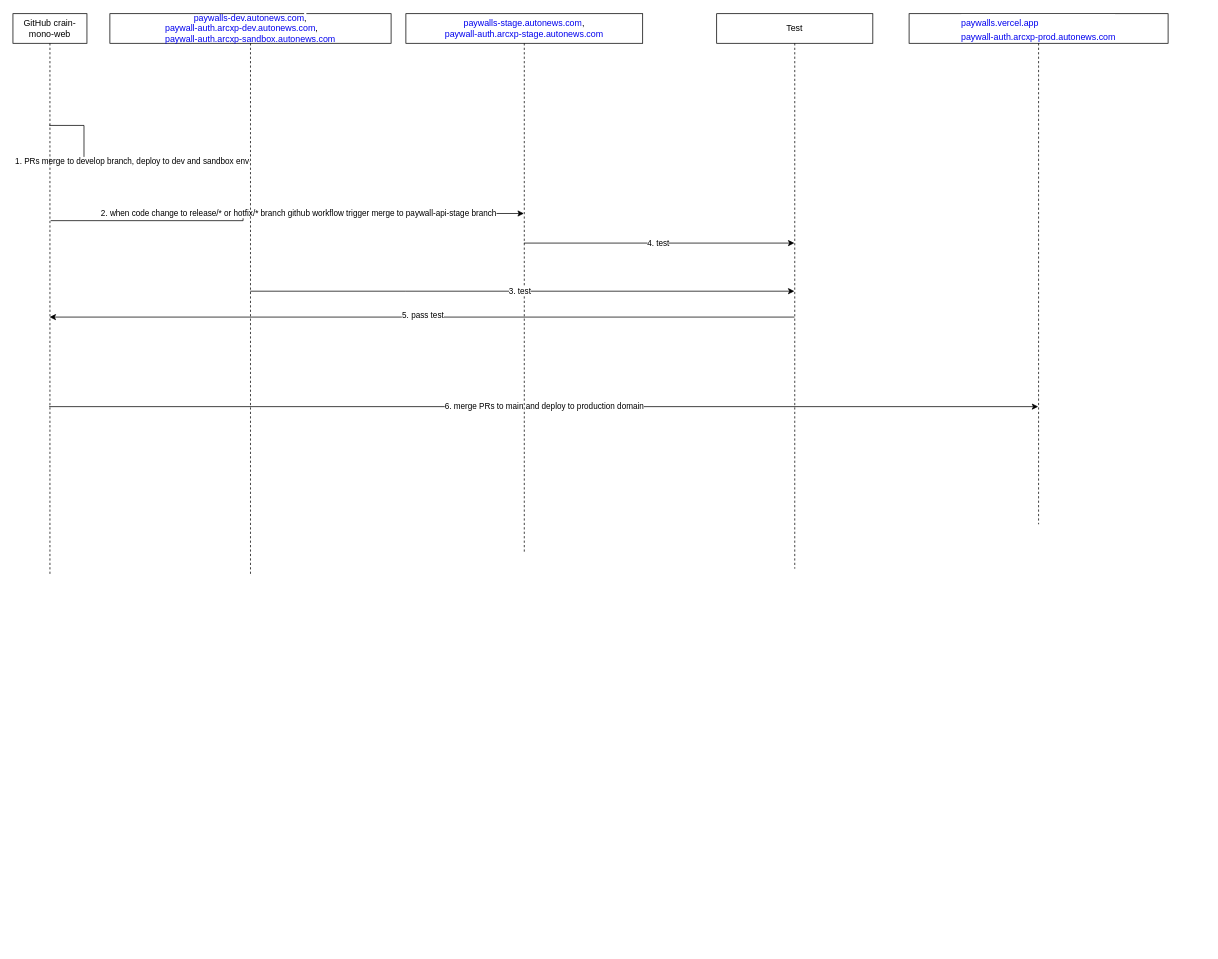
Earlier version of the draw.io diagram paywall-env.drawio (Cecilina/drawio). Source tidied: cells renumbered, new cells numbered last; positions are measured from the earlier drawing's top-left corner, leaving out a move shared by most shapes. Both pictures are drawn from the tidied source at 74%, with x=0, y=0 at pixel (13, 13).
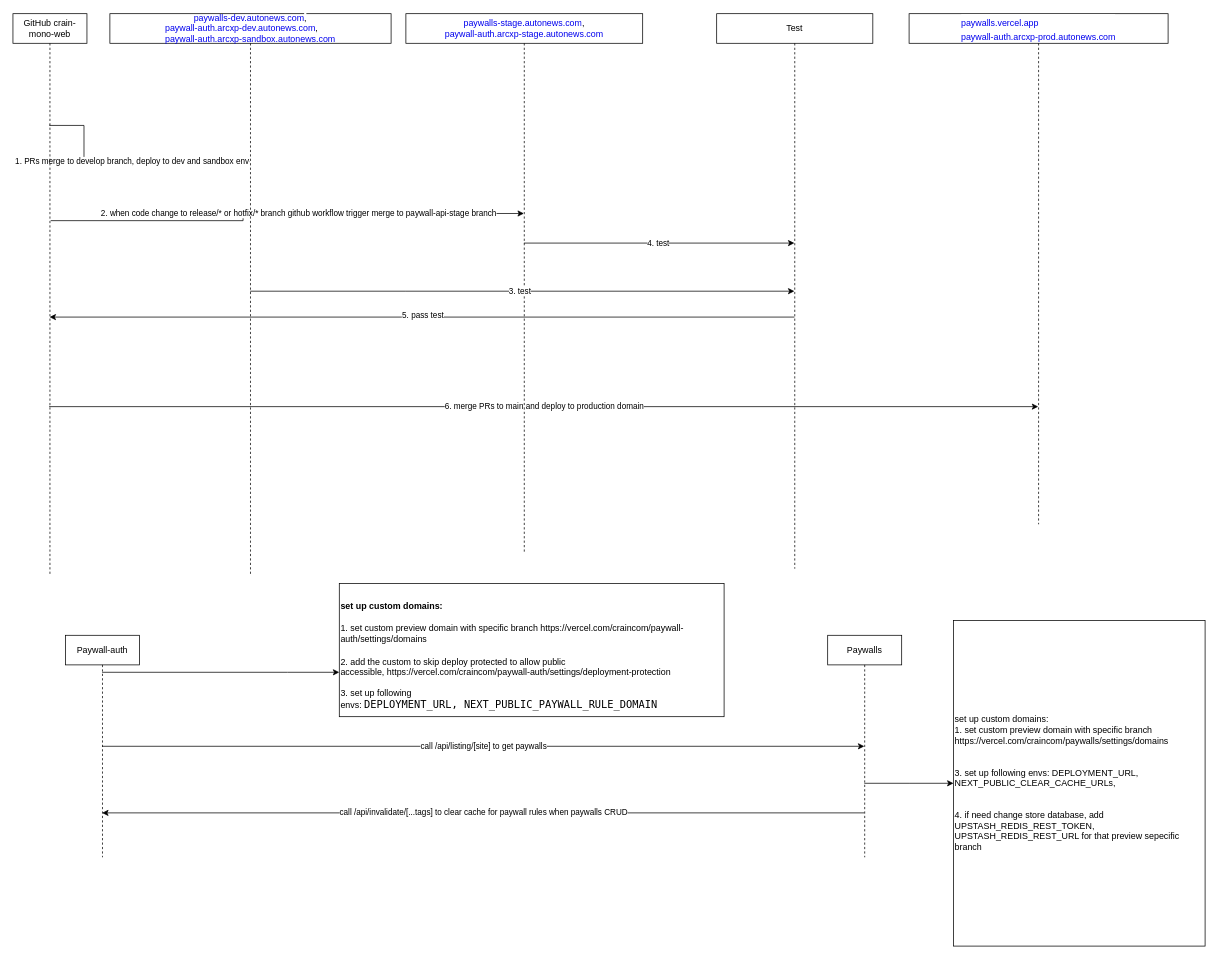
Above is the later version.

What changed in the source:
```diff
@@
+    <mxCell id="17" value="call /api/listing/[site] to get paywalls" style="edgeStyle=orthogonalEdgeStyle;rounded=0;jettySize=auto;html=1;curved=0;" parent="1" edge="1" source="19" target="22">
+      <mxGeometry relative="1" as="geometry" />
+    </mxCell>
+    <mxCell id="18" style="edgeStyle=orthogonalEdgeStyle;rounded=0;jettySize=auto;html=1;curved=0;" parent="1" edge="1" source="19" target="23">
+      <mxGeometry relative="1" as="geometry">
+        <Array as="points">
+          <mxPoint x="371" y="890" />
+          <mxPoint x="371" y="890" />
+        </Array>
+      </mxGeometry>
+    </mxCell>
+    <mxCell id="19" value="Paywall-auth" style="shape=umlLifeline;perimeter=lifelinePerimeter;whiteSpace=wrap;html=1;outlineConnect=0;portConstraint=eastwest;newEdgeStyle={&quot;curved&quot;:0,&quot;rounded&quot;:0};" parent="1" vertex="1">
+      <mxGeometry x="71" y="840" width="100" height="300" as="geometry" />
+    </mxCell>
+    <mxCell id="20" value="call /api/invalidate/[...tags] to clear cache for paywall rules when paywalls CRUD" style="edgeStyle=orthogonalEdgeStyle;rounded=0;jettySize=auto;html=1;curved=0;" parent="1" edge="1" source="22" target="19">
+      <mxGeometry relative="1" as="geometry">
+        <Array as="points">
+          <mxPoint x="621" y="1080" />
+          <mxPoint x="621" y="1080" />
+        </Array>
+      </mxGeometry>
+    </mxCell>
+    <mxCell id="21" style="edgeStyle=orthogonalEdgeStyle;rounded=0;jettySize=auto;html=1;curved=0;" parent="1" edge="1" source="22" target="24">
+      <mxGeometry relative="1" as="geometry">
+        <Array as="points">
+          <mxPoint x="1211" y="1040" />
+          <mxPoint x="1211" y="1040" />
+        </Array>
+      </mxGeometry>
+    </mxCell>
+    <mxCell id="22" value="Paywalls" style="shape=umlLifeline;perimeter=lifelinePerimeter;whiteSpace=wrap;html=1;outlineConnect=0;portConstraint=eastwest;newEdgeStyle={&quot;curved&quot;:0,&quot;rounded&quot;:0};" parent="1" vertex="1">
+      <mxGeometry x="1101" y="840" width="100" height="300" as="geometry" />
+    </mxCell>
+    <mxCell id="23" value="&lt;h4&gt;&lt;span style=&quot;background-color: initial;&quot;&gt;set up custom domains:&lt;/span&gt;&lt;/h4&gt;&lt;h4&gt;&lt;span style=&quot;background-color: initial; font-weight: normal;&quot;&gt;1. set custom preview domain with specific branch&amp;nbsp;&lt;/span&gt;&lt;span style=&quot;background-color: initial; font-weight: 400;&quot;&gt;https://vercel.com/craincom/paywall-auth/settings/domains&lt;/span&gt;&lt;/h4&gt;&lt;span style=&quot;background-color: initial;&quot;&gt;2. add the custom to skip deploy protected to allow public accessible,&amp;nbsp;&lt;/span&gt;https://vercel.com/craincom/paywall-auth/settings/deployment-protection&lt;div&gt;&lt;br&gt;&lt;/div&gt;&lt;div&gt;3. set up following envs:&amp;nbsp;&lt;span style=&quot;background-color: rgb(255, 255, 255); font-family: geistMonoFont, ui-monospace, &amp;quot;Apple Color Emoji&amp;quot;, &amp;quot;Segoe UI Emoji&amp;quot;, &amp;quot;Segoe UI Symbol&amp;quot;, SFMono-Regular, &amp;quot;Roboto Mono&amp;quot;, Menlo, Monaco, &amp;quot;Liberation Mono&amp;quot;, &amp;quot;DejaVu Sans Mono&amp;quot;, &amp;quot;Courier New&amp;quot;, monospace; font-size: 14px; text-wrap: nowrap;&quot;&gt;DEPLOYMENT_URL,&amp;nbsp;&lt;/span&gt;&lt;span style=&quot;background-color: rgb(255, 255, 255); font-family: geistMonoFont, ui-monospace, &amp;quot;Apple Color Emoji&amp;quot;, &amp;quot;Segoe UI Emoji&amp;quot;, &amp;quot;Segoe UI Symbol&amp;quot;, SFMono-Regular, &amp;quot;Roboto Mono&amp;quot;, Menlo, Monaco, &amp;quot;Liberation Mono&amp;quot;, &amp;quot;DejaVu Sans Mono&amp;quot;, &amp;quot;Courier New&amp;quot;, monospace; font-size: 14px; text-wrap: nowrap;&quot;&gt;NEXT_PUBLIC_PAYWALL_RULE_DOMAIN&lt;/span&gt;&lt;/div&gt;" style="whiteSpace=wrap;html=1;align=left;" parent="1" vertex="1">
+      <mxGeometry x="441" y="770" width="520" height="180" as="geometry" />
+    </mxCell>
+    <mxCell id="24" value="set up custom domains:&#10;1. set custom preview domain with specific branch https://vercel.com/craincom/paywalls/settings/domains&#10;&#10;&#10;3. set up following envs: DEPLOYMENT_URL, NEXT_PUBLIC_CLEAR_CACHE_URLs, &#10;&#10;&#10;4. if need change store database, add &#10;UPSTASH_REDIS_REST_TOKEN, UPSTASH_REDIS_REST_URL for that preview sepecific branch" style="whiteSpace=wrap;html=1;align=left;" parent="1" vertex="1">
+      <mxGeometry x="1271" y="820" width="340" height="440" as="geometry" />
+    </mxCell>
```
